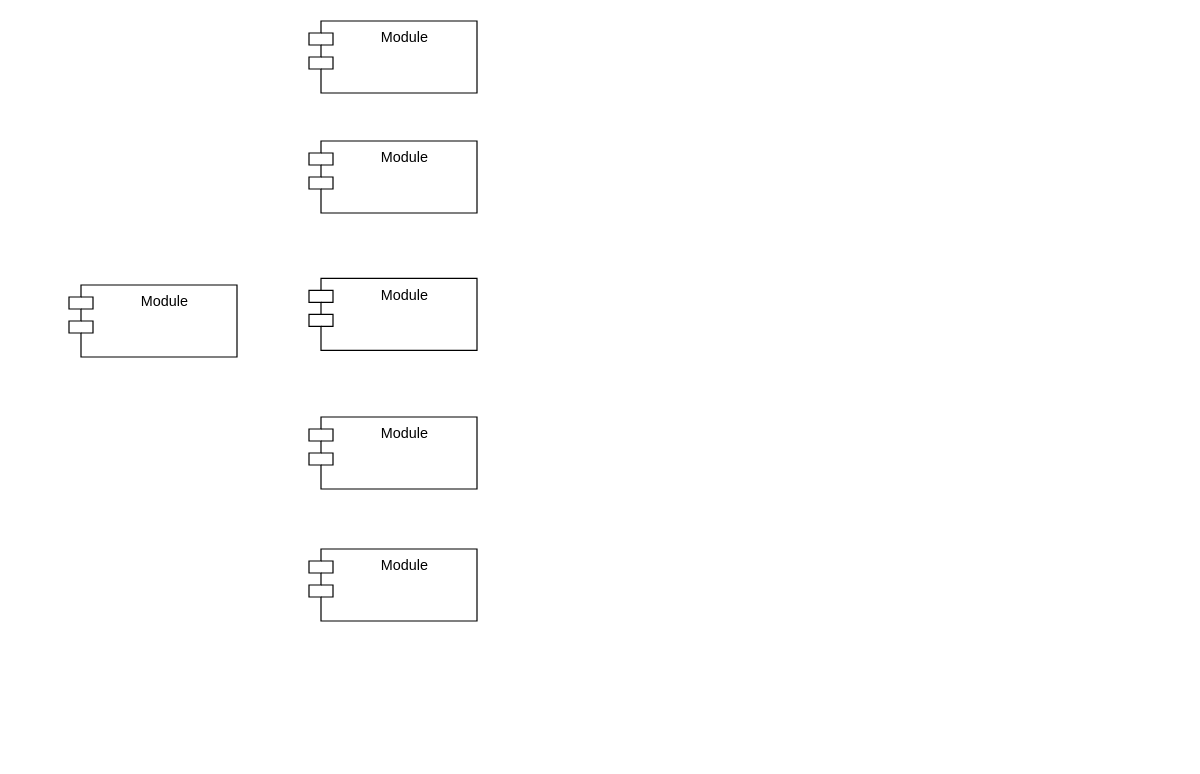
This is page "Trang-2" (2 of 2) of Biểu đồ không có tiêu đề.drawio from quyettranvu/Diagram-Fullstack-SQL-Docker-Nginx, a draw.io file, before an edit. Source tidied: cells renumbered, new cells numbered last; positions are measured from the earlier drawing's top-left corner, leaving out a move shared by most shapes. Both pictures are drawn from the tidied source at 120%, with x=0, y=0 at pixel (68, 20).
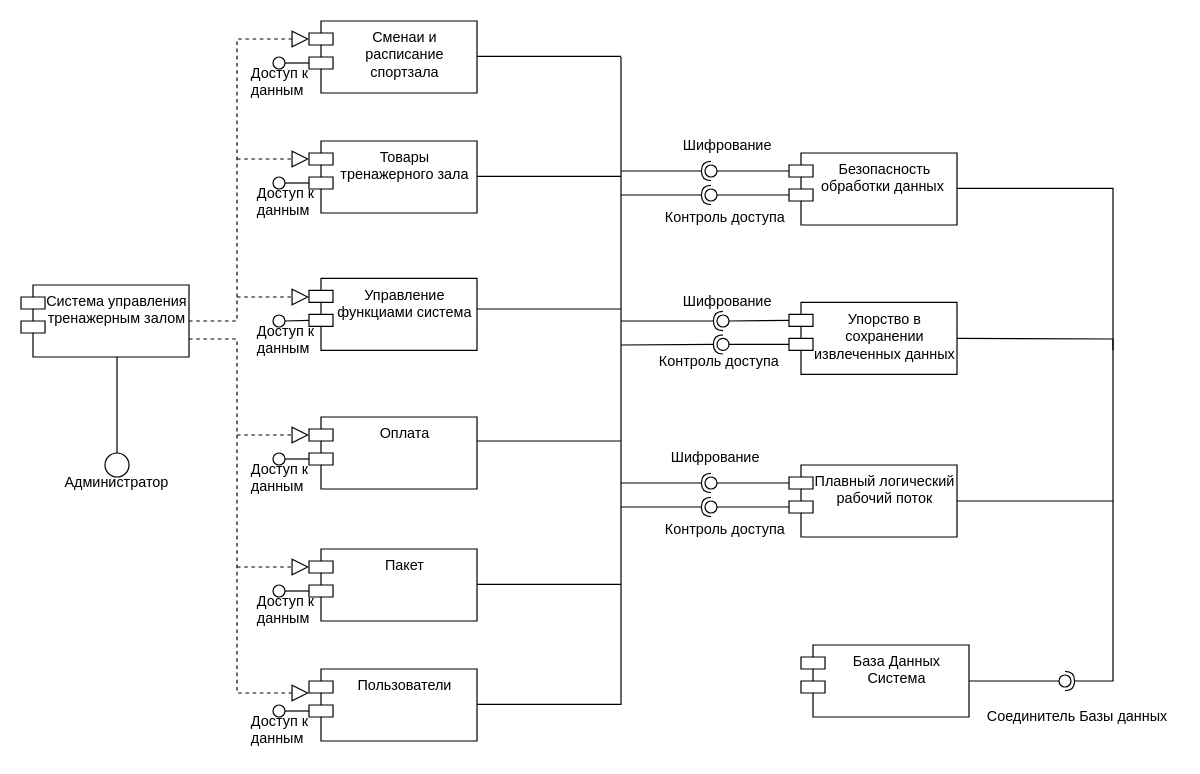
The same page after the edit.

Commit message:
Cập nhật Biểu đồ không có tiêu đề.drawio

Change to the diagram source:
```diff
@@
-    <mxCell id="2" value="Module" style="shape=module;align=left;spacingLeft=20;align=center;verticalAlign=top;whiteSpace=wrap;html=1;" parent="1" vertex="1">
-      <mxGeometry y="220" width="140" height="60" as="geometry" />
+    <mxCell id="2" value="Система управления тренажерным залом" style="shape=module;align=left;spacingLeft=20;align=center;verticalAlign=top;whiteSpace=wrap;html=1;" parent="1" vertex="1">
+      <mxGeometry x="-40" y="220" width="140" height="60" as="geometry" />
     </mxCell>
-    <mxCell id="3" value="Module" style="shape=module;align=left;spacingLeft=20;align=center;verticalAlign=top;whiteSpace=wrap;html=1;" parent="1" vertex="1">
+    <mxCell id="3" value="Сменаи и расписание спортзала" style="shape=module;align=left;spacingLeft=20;align=center;verticalAlign=top;whiteSpace=wrap;html=1;" parent="1" vertex="1">
       <mxGeometry x="200" width="140" height="60" as="geometry" />
     </mxCell>
-    <mxCell id="4" value="Module" style="shape=module;align=left;spacingLeft=20;align=center;verticalAlign=top;whiteSpace=wrap;html=1;" parent="1" vertex="1">
+    <mxCell id="4" value="Товары тренажерного зала" style="shape=module;align=left;spacingLeft=20;align=center;verticalAlign=top;whiteSpace=wrap;html=1;" parent="1" vertex="1">
       <mxGeometry x="200" y="100" width="140" height="60" as="geometry" />
     </mxCell>
-    <mxCell id="5" value="Module" style="shape=module;align=left;spacingLeft=20;align=center;verticalAlign=top;whiteSpace=wrap;html=1;" parent="1" vertex="1">
+    <mxCell id="5" value="Управление функциами система" style="shape=module;align=left;spacingLeft=20;align=center;verticalAlign=top;whiteSpace=wrap;html=1;" parent="1" vertex="1">
       <mxGeometry x="200" y="214.5" width="140" height="60" as="geometry" />
     </mxCell>
-    <mxCell id="6" value="Module" style="shape=module;align=left;spacingLeft=20;align=center;verticalAlign=top;whiteSpace=wrap;html=1;" parent="1" vertex="1">
+    <mxCell id="6" value="Оплата" style="shape=module;align=left;spacingLeft=20;align=center;verticalAlign=top;whiteSpace=wrap;html=1;" parent="1" vertex="1">
       <mxGeometry x="200" y="330" width="140" height="60" as="geometry" />
     </mxCell>
-    <mxCell id="7" value="Module" style="shape=module;align=left;spacingLeft=20;align=center;verticalAlign=top;whiteSpace=wrap;html=1;" parent="1" vertex="1">
-      <mxGeometry x="200" y="440" width="140" height="60" as="geometry" />
+    <mxCell id="7" value="Пользователи" style="shape=module;align=left;spacingLeft=20;align=center;verticalAlign=top;whiteSpace=wrap;html=1;" parent="1" vertex="1">
+      <mxGeometry x="200" y="540" width="140" height="60" as="geometry" />
     </mxCell>
+    <mxCell id="8" style="endArrow=none;html=1;rounded=0;" parent="1" edge="1">
+      <mxGeometry relative="1" as="geometry">
+        <mxPoint x="40" y="370" as="sourcePoint" />
+        <mxPoint x="40" y="280" as="targetPoint" />
+      </mxGeometry>
+    </mxCell>
+    <mxCell id="9" style="ellipse;whiteSpace=wrap;html=1;" parent="1" vertex="1">
+      <mxGeometry x="30" y="360" width="20" height="20" as="geometry" />
+    </mxCell>
+    <mxCell id="10" value="Администратор" style="text;strokeColor=none;align=center;fillColor=none;html=1;verticalAlign=middle;whiteSpace=wrap;rounded=0;" parent="1" vertex="1">
+      <mxGeometry x="10" y="370" width="60" height="30" as="geometry" />
+    </mxCell>
+    <mxCell id="11" value="Пакет" style="shape=module;align=left;spacingLeft=20;align=center;verticalAlign=top;whiteSpace=wrap;html=1;" parent="1" vertex="1">
+      <mxGeometry x="200" y="440" width="140" height="60" as="geometry" />
+    </mxCell>
+    <mxCell id="12" style="endArrow=none;html=1;rounded=0;" parent="1" edge="1">
+      <mxGeometry relative="1" as="geometry">
+        <mxPoint x="340" y="350" as="sourcePoint" />
+        <mxPoint x="460" y="350" as="targetPoint" />
+      </mxGeometry>
+    </mxCell>
+    <mxCell id="13" style="endArrow=none;html=1;rounded=0;" parent="1" edge="1">
+      <mxGeometry relative="1" as="geometry">
+        <mxPoint x="340" y="469.5" as="sourcePoint" />
+        <mxPoint x="460" y="469.5" as="targetPoint" />
+      </mxGeometry>
+    </mxCell>
+    <mxCell id="14" style="endArrow=none;html=1;rounded=0;" parent="1" edge="1">
+      <mxGeometry relative="1" as="geometry">
+        <mxPoint x="340" y="569.5" as="sourcePoint" />
+        <mxPoint x="460" y="569.5" as="targetPoint" />
+      </mxGeometry>
+    </mxCell>
+    <mxCell id="15" style="endArrow=none;html=1;rounded=0;" parent="1" edge="1">
+      <mxGeometry relative="1" as="geometry">
+        <mxPoint x="340" y="240" as="sourcePoint" />
+        <mxPoint x="460" y="240" as="targetPoint" />
+      </mxGeometry>
+    </mxCell>
+    <mxCell id="16" style="endArrow=none;html=1;rounded=0;" parent="1" edge="1">
+      <mxGeometry relative="1" as="geometry">
+        <mxPoint x="340" y="129.5" as="sourcePoint" />
+        <mxPoint x="460" y="129.5" as="targetPoint" />
+      </mxGeometry>
+    </mxCell>
+    <mxCell id="17" style="endArrow=none;html=1;rounded=0;" parent="1" edge="1">
+      <mxGeometry relative="1" as="geometry">
+        <mxPoint x="340" y="29.5" as="sourcePoint" />
+        <mxPoint x="460" y="29.5" as="targetPoint" />
+      </mxGeometry>
+    </mxCell>
+    <mxCell id="18" style="endArrow=none;html=1;rounded=0;" parent="1" edge="1">
+      <mxGeometry relative="1" as="geometry">
+        <mxPoint x="460" y="570" as="sourcePoint" />
+        <mxPoint x="460" y="30" as="targetPoint" />
+      </mxGeometry>
+    </mxCell>
+    <mxCell id="19" style="rounded=0;jettySize=auto;html=1;endArrow=none;endFill=0;sketch=0;sourcePerimeterSpacing=0;targetPerimeterSpacing=0;exitX=0;exitY=0;exitDx=0;exitDy=15;exitPerimeter=0;" parent="1" edge="1" source="22" target="21">
+      <mxGeometry relative="1" as="geometry" />
+    </mxCell>
+    <mxCell id="20" style="rounded=0;jettySize=auto;html=1;endArrow=halfCircle;endFill=0;entryX=0.5;entryY=0.5;endSize=6;strokeWidth=1;sketch=0;" parent="1" edge="1" target="21">
+      <mxGeometry relative="1" as="geometry">
+        <mxPoint x="460" y="125" as="sourcePoint" />
+      </mxGeometry>
+    </mxCell>
+    <mxCell id="21" style="ellipse;whiteSpace=wrap;html=1;align=center;points=[];outlineConnect=0;sketch=0;" parent="1" vertex="1">
+      <mxGeometry x="530" y="120" width="10" height="10" as="geometry" />
+    </mxCell>
+    <mxCell id="22" value="Безопасность обработки данных&amp;nbsp;" style="shape=module;align=left;spacingLeft=20;align=center;verticalAlign=top;whiteSpace=wrap;html=1;" parent="1" vertex="1">
+      <mxGeometry x="600" y="110" width="140" height="60" as="geometry" />
+    </mxCell>
+    <mxCell id="23" value="Упорство в сохранении извлеченных данных" style="shape=module;align=left;spacingLeft=20;align=center;verticalAlign=top;whiteSpace=wrap;html=1;" parent="1" vertex="1">
+      <mxGeometry x="600" y="234.5" width="140" height="60" as="geometry" />
+    </mxCell>
+    <mxCell id="24" value="Плавный логический рабочий поток" style="shape=module;align=left;spacingLeft=20;align=center;verticalAlign=top;whiteSpace=wrap;html=1;" parent="1" vertex="1">
+      <mxGeometry x="600" y="370" width="140" height="60" as="geometry" />
+    </mxCell>
+    <mxCell id="25" style="rounded=0;jettySize=auto;html=1;endArrow=none;endFill=0;sketch=0;sourcePerimeterSpacing=0;targetPerimeterSpacing=0;exitX=0;exitY=0;exitDx=0;exitDy=15;exitPerimeter=0;" parent="1" edge="1" source="23" target="27">
+      <mxGeometry relative="1" as="geometry" />
+    </mxCell>
+    <mxCell id="26" style="rounded=0;jettySize=auto;html=1;endArrow=halfCircle;endFill=0;entryX=0.5;entryY=0.5;endSize=6;strokeWidth=1;sketch=0;" parent="1" edge="1" target="27">
+      <mxGeometry relative="1" as="geometry">
+        <mxPoint x="460" y="250" as="sourcePoint" />
+      </mxGeometry>
+    </mxCell>
+    <mxCell id="27" style="ellipse;whiteSpace=wrap;html=1;align=center;points=[];outlineConnect=0;sketch=0;" parent="1" vertex="1">
+      <mxGeometry x="540" y="245" width="10" height="10" as="geometry" />
+    </mxCell>
+    <mxCell id="28" style="rounded=0;jettySize=auto;html=1;endArrow=none;endFill=0;sketch=0;sourcePerimeterSpacing=0;targetPerimeterSpacing=0;exitX=0;exitY=0;exitDx=0;exitDy=35;exitPerimeter=0;" parent="1" edge="1" source="23" target="30">
+      <mxGeometry relative="1" as="geometry" />
+    </mxCell>
+    <mxCell id="29" style="rounded=0;jettySize=auto;html=1;endArrow=halfCircle;endFill=0;entryX=0.5;entryY=0.5;endSize=6;strokeWidth=1;sketch=0;" parent="1" edge="1" target="30">
+      <mxGeometry relative="1" as="geometry">
+        <mxPoint x="460" y="270" as="sourcePoint" />
+      </mxGeometry>
+    </mxCell>
+    <mxCell id="30" style="ellipse;whiteSpace=wrap;html=1;align=center;points=[];outlineConnect=0;sketch=0;" parent="1" vertex="1">
+      <mxGeometry x="540" y="264.5" width="10" height="10" as="geometry" />
+    </mxCell>
+    <mxCell id="31" value="База Данных Система" style="shape=module;align=left;spacingLeft=20;align=center;verticalAlign=top;whiteSpace=wrap;html=1;" parent="1" vertex="1">
+      <mxGeometry x="610" y="520" width="140" height="60" as="geometry" />
+    </mxCell>
+    <mxCell id="32" style="rounded=0;jettySize=auto;html=1;endArrow=none;endFill=0;sketch=0;sourcePerimeterSpacing=0;targetPerimeterSpacing=0;exitX=1;exitY=0.5;exitDx=0;exitDy=0;" parent="1" edge="1" source="31" target="34">
+      <mxGeometry relative="1" as="geometry" />
+    </mxCell>
+    <mxCell id="33" style="rounded=0;jettySize=auto;html=1;endArrow=halfCircle;endFill=0;entryX=0.5;entryY=0.5;endSize=6;strokeWidth=1;sketch=0;exitX=1;exitY=0.5;exitDx=0;exitDy=0;" parent="1" edge="1" source="24" target="34">
+      <mxGeometry relative="1" as="geometry">
+        <Array as="points">
+          <mxPoint x="870" y="400" />
+          <mxPoint x="870" y="550" />
+        </Array>
+      </mxGeometry>
+    </mxCell>
+    <mxCell id="34" style="ellipse;whiteSpace=wrap;html=1;align=center;points=[];outlineConnect=0;sketch=0;" parent="1" vertex="1">
+      <mxGeometry x="825" y="545" width="10" height="10" as="geometry" />
+    </mxCell>
+    <mxCell id="35" style="endArrow=none;html=1;rounded=0;exitX=1;exitY=0.5;exitDx=0;exitDy=0;" parent="1" edge="1" source="23">
+      <mxGeometry relative="1" as="geometry">
+        <mxPoint x="870" y="400" as="targetPoint" />
+        <Array as="points">
+          <mxPoint x="870" y="265" />
+        </Array>
+      </mxGeometry>
+    </mxCell>
+    <mxCell id="36" style="endArrow=none;html=1;rounded=0;exitX=1;exitY=0.5;exitDx=0;exitDy=0;" parent="1" edge="1">
+      <mxGeometry relative="1" as="geometry">
+        <mxPoint x="740" y="139.5" as="sourcePoint" />
+        <mxPoint x="870" y="274.5" as="targetPoint" />
+        <Array as="points">
+          <mxPoint x="870" y="139.5" />
+        </Array>
+      </mxGeometry>
+    </mxCell>
+    <mxCell id="37" style="rounded=0;jettySize=auto;html=1;endArrow=none;endFill=0;sketch=0;sourcePerimeterSpacing=0;targetPerimeterSpacing=0;exitX=0;exitY=0;exitDx=0;exitDy=35;exitPerimeter=0;" parent="1" edge="1" source="22" target="39">
+      <mxGeometry relative="1" as="geometry" />
+    </mxCell>
+    <mxCell id="38" style="rounded=0;jettySize=auto;html=1;endArrow=halfCircle;endFill=0;entryX=0.5;entryY=0.5;endSize=6;strokeWidth=1;sketch=0;" parent="1" edge="1" target="39">
+      <mxGeometry relative="1" as="geometry">
+        <mxPoint x="460" y="145" as="sourcePoint" />
+      </mxGeometry>
+    </mxCell>
+    <mxCell id="39" style="ellipse;whiteSpace=wrap;html=1;align=center;points=[];outlineConnect=0;sketch=0;" parent="1" vertex="1">
+      <mxGeometry x="530" y="140" width="10" height="10" as="geometry" />
+    </mxCell>
+    <mxCell id="40" style="rounded=0;jettySize=auto;html=1;endArrow=none;endFill=0;sketch=0;sourcePerimeterSpacing=0;targetPerimeterSpacing=0;exitX=0;exitY=0;exitDx=0;exitDy=15;exitPerimeter=0;" parent="1" edge="1" source="24" target="42">
+      <mxGeometry relative="1" as="geometry" />
+    </mxCell>
+    <mxCell id="41" style="rounded=0;jettySize=auto;html=1;endArrow=halfCircle;endFill=0;entryX=0.5;entryY=0.5;endSize=6;strokeWidth=1;sketch=0;" parent="1" edge="1" target="42">
+      <mxGeometry relative="1" as="geometry">
+        <mxPoint x="460" y="385" as="sourcePoint" />
+      </mxGeometry>
+    </mxCell>
+    <mxCell id="42" style="ellipse;whiteSpace=wrap;html=1;align=center;points=[];outlineConnect=0;sketch=0;" parent="1" vertex="1">
+      <mxGeometry x="530" y="380" width="10" height="10" as="geometry" />
+    </mxCell>
+    <mxCell id="43" style="rounded=0;jettySize=auto;html=1;endArrow=none;endFill=0;sketch=0;sourcePerimeterSpacing=0;targetPerimeterSpacing=0;exitX=0;exitY=0;exitDx=0;exitDy=35;exitPerimeter=0;" parent="1" edge="1" source="24" target="45">
+      <mxGeometry relative="1" as="geometry" />
+    </mxCell>
+    <mxCell id="44" style="rounded=0;jettySize=auto;html=1;endArrow=halfCircle;endFill=0;entryX=0.5;entryY=0.5;endSize=6;strokeWidth=1;sketch=0;" parent="1" edge="1" target="45">
+      <mxGeometry relative="1" as="geometry">
+        <mxPoint x="460" y="405" as="sourcePoint" />
+      </mxGeometry>
+    </mxCell>
+    <mxCell id="45" style="ellipse;whiteSpace=wrap;html=1;align=center;points=[];outlineConnect=0;sketch=0;" parent="1" vertex="1">
+      <mxGeometry x="530" y="400" width="10" height="10" as="geometry" />
+    </mxCell>
+    <mxCell id="46" value="Соединитель Базы данных" style="text;html=1;align=center;verticalAlign=middle;strokeColor=none;fillColor=none;" parent="1" vertex="1">
+      <mxGeometry x="755" y="565" width="170" height="30" as="geometry" />
+    </mxCell>
+    <mxCell id="47" value="Шифрование" style="text;whiteSpace=wrap;html=1;" parent="1" vertex="1">
+      <mxGeometry x="510" y="90" width="110" height="40" as="geometry" />
+    </mxCell>
+    <mxCell id="48" value="Шифрование" style="text;whiteSpace=wrap;html=1;" parent="1" vertex="1">
+      <mxGeometry x="510" y="220" width="110" height="40" as="geometry" />
+    </mxCell>
+    <mxCell id="49" value="Шифрование" style="text;whiteSpace=wrap;html=1;" parent="1" vertex="1">
+      <mxGeometry x="500" y="350" width="110" height="40" as="geometry" />
+    </mxCell>
+    <mxCell id="50" style="endArrow=block;dashed=1;endFill=0;endSize=12;html=1;rounded=0;exitX=1;exitY=0.5;exitDx=0;exitDy=0;entryX=0;entryY=0;entryDx=0;entryDy=15;entryPerimeter=0;" parent="1" edge="1" source="2" target="3">
+      <mxGeometry relative="1" as="geometry">
+        <Array as="points">
+          <mxPoint x="140" y="250" />
+          <mxPoint x="140" y="15" />
+        </Array>
+      </mxGeometry>
+    </mxCell>
+    <mxCell id="51" style="endArrow=block;dashed=1;endFill=0;endSize=12;html=1;rounded=0;exitX=1;exitY=0.75;exitDx=0;exitDy=0;" parent="1" edge="1" source="2">
+      <mxGeometry relative="1" as="geometry">
+        <mxPoint x="200" y="560" as="targetPoint" />
+        <Array as="points">
+          <mxPoint x="140" y="265" />
+          <mxPoint x="140" y="560" />
+        </Array>
+      </mxGeometry>
+    </mxCell>
+    <mxCell id="52" value="Контроль доступа" style="text;whiteSpace=wrap;html=1;" parent="1" vertex="1">
+      <mxGeometry x="495" y="150" width="130" height="40" as="geometry" />
+    </mxCell>
+    <mxCell id="53" value="Контроль доступа" style="text;whiteSpace=wrap;html=1;" parent="1" vertex="1">
+      <mxGeometry x="490" y="270" width="130" height="40" as="geometry" />
+    </mxCell>
+    <mxCell id="54" value="Контроль доступа" style="text;whiteSpace=wrap;html=1;" parent="1" vertex="1">
+      <mxGeometry x="495" y="410" width="130" height="40" as="geometry" />
+    </mxCell>
+    <mxCell id="55" style="endArrow=block;dashed=1;endFill=0;endSize=12;html=1;rounded=0;entryX=0;entryY=0;entryDx=0;entryDy=15;entryPerimeter=0;" parent="1" edge="1" target="4">
+      <mxGeometry relative="1" as="geometry">
+        <mxPoint x="140" y="115" as="sourcePoint" />
+      </mxGeometry>
+    </mxCell>
+    <mxCell id="56" style="endArrow=block;dashed=1;endFill=0;endSize=12;html=1;rounded=0;entryX=0;entryY=0;entryDx=0;entryDy=15;entryPerimeter=0;" parent="1" edge="1">
+      <mxGeometry relative="1" as="geometry">
+        <mxPoint x="140" y="230" as="sourcePoint" />
+        <mxPoint x="200" y="230" as="targetPoint" />
+      </mxGeometry>
+    </mxCell>
+    <mxCell id="57" style="endArrow=block;dashed=1;endFill=0;endSize=12;html=1;rounded=0;entryX=0;entryY=0;entryDx=0;entryDy=15;entryPerimeter=0;" parent="1" edge="1" target="11">
+      <mxGeometry relative="1" as="geometry">
+        <mxPoint x="140" y="455" as="sourcePoint" />
+        <Array as="points">
+          <mxPoint x="170" y="455" />
+        </Array>
+      </mxGeometry>
+    </mxCell>
+    <mxCell id="58" style="endArrow=block;dashed=1;endFill=0;endSize=12;html=1;rounded=0;entryX=0;entryY=0;entryDx=0;entryDy=15;entryPerimeter=0;" parent="1" edge="1" target="6">
+      <mxGeometry relative="1" as="geometry">
+        <mxPoint x="140" y="345" as="sourcePoint" />
+      </mxGeometry>
+    </mxCell>
+    <mxCell id="59" style="endArrow=none;html=1;rounded=0;entryX=0;entryY=0;entryDx=0;entryDy=35;entryPerimeter=0;" parent="1" edge="1" target="3">
+      <mxGeometry relative="1" as="geometry">
+        <mxPoint x="180" y="35" as="sourcePoint" />
+      </mxGeometry>
+    </mxCell>
+    <mxCell id="60" style="ellipse;whiteSpace=wrap;html=1;" parent="1" vertex="1">
+      <mxGeometry x="170" y="30" width="10" height="10" as="geometry" />
+    </mxCell>
+    <mxCell id="61" style="endArrow=none;html=1;rounded=0;entryX=0;entryY=0;entryDx=0;entryDy=35;entryPerimeter=0;" parent="1" edge="1" target="4">
+      <mxGeometry relative="1" as="geometry">
+        <mxPoint x="180" y="135" as="sourcePoint" />
+      </mxGeometry>
+    </mxCell>
+    <mxCell id="62" style="ellipse;whiteSpace=wrap;html=1;" parent="1" vertex="1">
+      <mxGeometry x="170" y="130" width="10" height="10" as="geometry" />
+    </mxCell>
+    <mxCell id="63" style="endArrow=none;html=1;rounded=0;entryX=0;entryY=0;entryDx=0;entryDy=35;entryPerimeter=0;" parent="1" edge="1" target="5">
+      <mxGeometry relative="1" as="geometry">
+        <mxPoint x="180" y="250" as="sourcePoint" />
+      </mxGeometry>
+    </mxCell>
+    <mxCell id="64" style="ellipse;whiteSpace=wrap;html=1;" parent="1" vertex="1">
+      <mxGeometry x="170" y="245" width="10" height="10" as="geometry" />
+    </mxCell>
+    <mxCell id="65" style="endArrow=none;html=1;rounded=0;entryX=0;entryY=0;entryDx=0;entryDy=35;entryPerimeter=0;" parent="1" edge="1" target="6">
+      <mxGeometry relative="1" as="geometry">
+        <mxPoint x="180" y="365" as="sourcePoint" />
+      </mxGeometry>
+    </mxCell>
+    <mxCell id="66" style="ellipse;whiteSpace=wrap;html=1;" parent="1" vertex="1">
+      <mxGeometry x="170" y="360" width="10" height="10" as="geometry" />
+    </mxCell>
+    <mxCell id="67" style="endArrow=none;html=1;rounded=0;entryX=0;entryY=0;entryDx=0;entryDy=35;entryPerimeter=0;" parent="1" edge="1" target="11">
+      <mxGeometry relative="1" as="geometry">
+        <mxPoint x="180" y="475" as="sourcePoint" />
+      </mxGeometry>
+    </mxCell>
+    <mxCell id="68" style="ellipse;whiteSpace=wrap;html=1;" parent="1" vertex="1">
+      <mxGeometry x="170" y="470" width="10" height="10" as="geometry" />
+    </mxCell>
+    <mxCell id="69" style="endArrow=none;html=1;rounded=0;entryX=0;entryY=0;entryDx=0;entryDy=35;entryPerimeter=0;" parent="1" edge="1" target="7">
+      <mxGeometry relative="1" as="geometry">
+        <mxPoint x="180" y="575" as="sourcePoint" />
+      </mxGeometry>
+    </mxCell>
+    <mxCell id="70" style="ellipse;whiteSpace=wrap;html=1;" parent="1" vertex="1">
+      <mxGeometry x="170" y="570" width="10" height="10" as="geometry" />
+    </mxCell>
+    <mxCell id="71" value="Доступ к данным" style="text;whiteSpace=wrap;html=1;" parent="1" vertex="1">
+      <mxGeometry x="150" y="30" width="60" height="40" as="geometry" />
+    </mxCell>
+    <mxCell id="72" value="Доступ к данным" style="text;whiteSpace=wrap;html=1;" parent="1" vertex="1">
+      <mxGeometry x="155" y="130" width="50" height="40" as="geometry" />
+    </mxCell>
+    <mxCell id="73" value="Доступ к данным" style="text;whiteSpace=wrap;html=1;" parent="1" vertex="1">
+      <mxGeometry x="155" y="245" width="50" height="40" as="geometry" />
+    </mxCell>
+    <mxCell id="74" value="Доступ к данным" style="text;whiteSpace=wrap;html=1;" parent="1" vertex="1">
+      <mxGeometry x="150" y="360" width="50" height="40" as="geometry" />
+    </mxCell>
+    <mxCell id="75" value="Доступ к данным" style="text;whiteSpace=wrap;html=1;" parent="1" vertex="1">
+      <mxGeometry x="155" y="470" width="50" height="40" as="geometry" />
+    </mxCell>
+    <mxCell id="76" value="Доступ к данным" style="text;whiteSpace=wrap;html=1;" parent="1" vertex="1">
+      <mxGeometry x="150" y="570" width="50" height="40" as="geometry" />
+    </mxCell>
```
